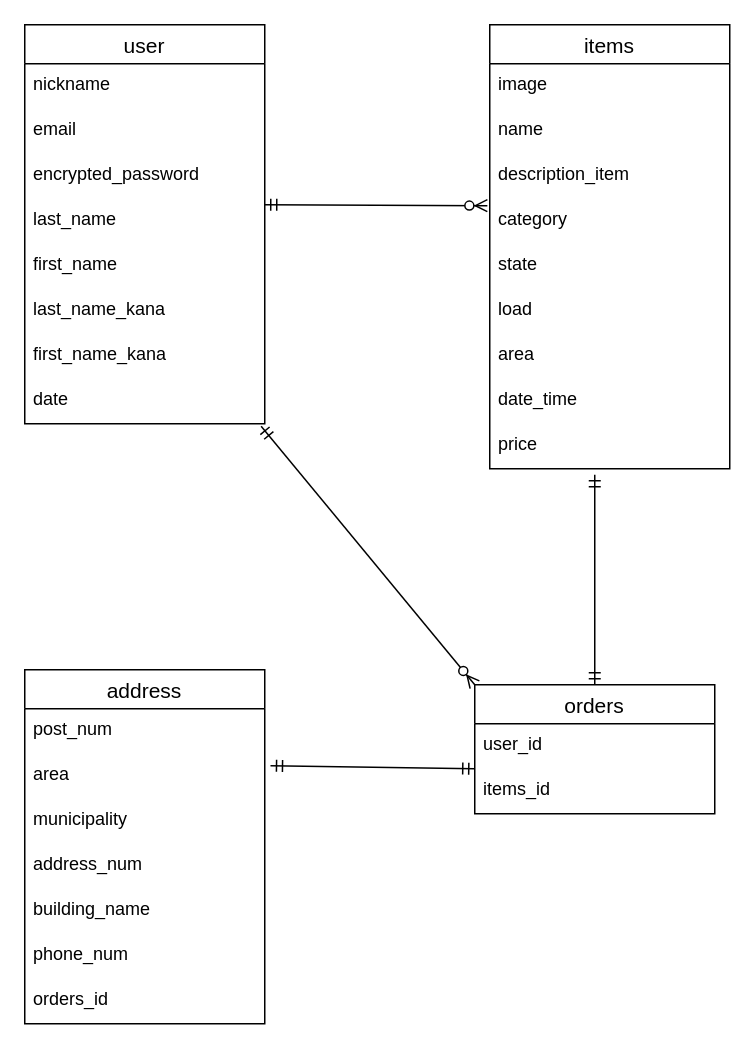
yudai1019/furima-38170 keeps this draw.io diagram as page "ページ1" (1 of 2) of furima.dio. Above is the earlier version. Source tidied: cells renumbered, new cells numbered last; positions are measured from the earlier drawing's top-left corner, leaving out a move shared by most shapes. Both pictures are drawn from the tidied source at 150%, with x=0, y=0 at pixel (24, 24).
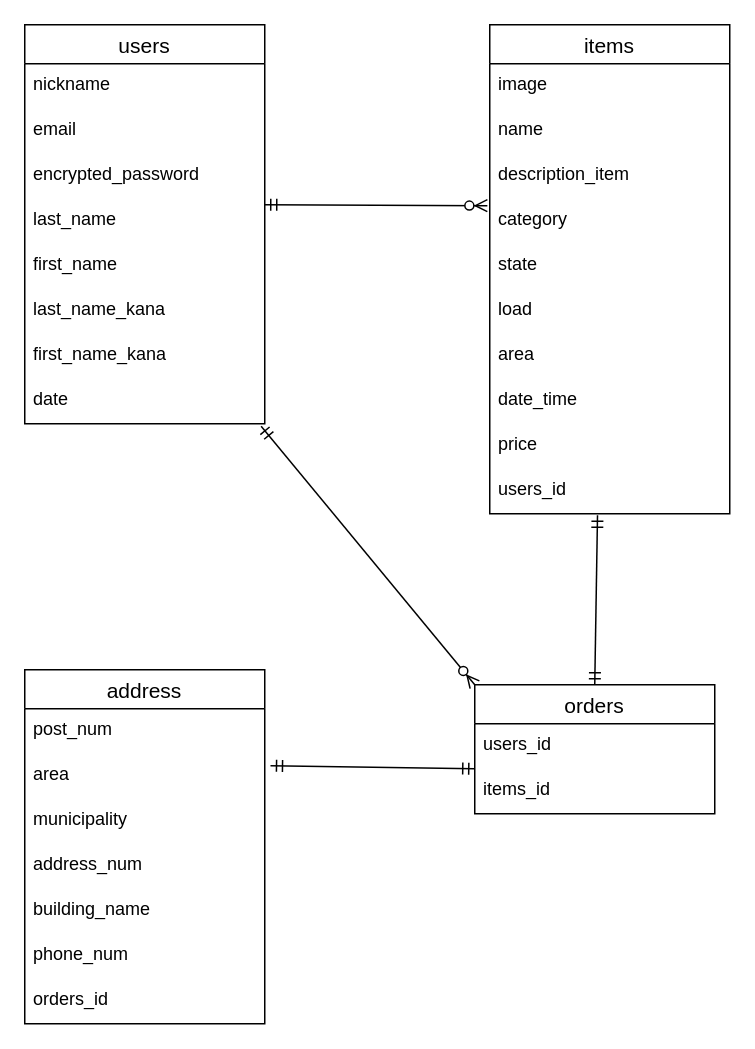
Above is the later version.

Commit message (it also covers changes not shown here):
データベース設計

Unchanged cells that the change refers to:
```xml
<mxCell id="11" value="orders" style="swimlane;fontStyle=0;horizontal=1;startSize=26;align=center;fontSize=14;" parent="1" vertex="1">
  <mxGeometry x="300" y="440" width="160" height="86" as="geometry" />
</mxCell>
```

Change to the diagram source:
```diff
@@
-    <mxCell id="2" value="user" style="swimlane;fontStyle=0;horizontal=1;startSize=26;align=center;fontSize=14;" parent="1" vertex="1">
+    <mxCell id="2" value="users" style="swimlane;fontStyle=0;horizontal=1;startSize=26;align=center;fontSize=14;" parent="1" vertex="1">
       <mxGeometry width="160" height="266" as="geometry" />
     </mxCell>
@@
-    <mxCell id="12" value="user_id" style="text;strokeColor=none;fillColor=none;spacingLeft=4;spacingRight=4;overflow=hidden;fontSize=12;" parent="11" vertex="1">
+    <mxCell id="12" value="users_id" style="text;strokeColor=none;fillColor=none;spacingLeft=4;spacingRight=4;overflow=hidden;fontSize=12;" parent="11" vertex="1">
       <mxGeometry y="26" width="160" height="30" as="geometry" />
     </mxCell>
@@
     <mxCell id="15" value="items" style="swimlane;fontStyle=0;horizontal=1;startSize=26;align=center;fontSize=14;" parent="1" vertex="1">
-      <mxGeometry x="310" width="160" height="296" as="geometry" />
+      <mxGeometry x="310" width="160" height="326" as="geometry" />
     </mxCell>
@@
+    <mxCell id="36" value="users_id" style="text;strokeColor=none;fillColor=none;spacingLeft=4;spacingRight=4;overflow=hidden;points=[[0,0.5],[1,0.5]];portConstraint=eastwest;fontSize=12;" parent="15" vertex="1">
+      <mxGeometry y="296" width="160" height="30" as="geometry" />
+    </mxCell>
@@
-    <mxCell id="33" style="edgeStyle=orthogonalEdgeStyle;fontSize=12;html=1;endArrow=ERmandOne;startArrow=ERmandOne;rounded=1;labelBackgroundColor=default;fontFamily=Helvetica;fontColor=default;strokeColor=default;shape=connector;exitX=0.5;exitY=0;exitDx=0;exitDy=0;curved=1;" parent="1" edge="1" source="11">
-      <mxGeometry relative="1" as="geometry">
-        <mxPoint x="380" y="300" as="targetPoint" />
-      </mxGeometry>
+    <mxCell id="33" style="fontSize=12;html=1;endArrow=ERmandOne;startArrow=ERmandOne;rounded=1;labelBackgroundColor=default;fontFamily=Helvetica;fontColor=default;strokeColor=default;shape=connector;exitX=0.5;exitY=0;exitDx=0;exitDy=0;entryX=0.449;entryY=1.034;entryDx=0;entryDy=0;entryPerimeter=0;" parent="1" edge="1" source="11" target="36">
+      <mxGeometry relative="1" as="geometry" />
     </mxCell>
```
